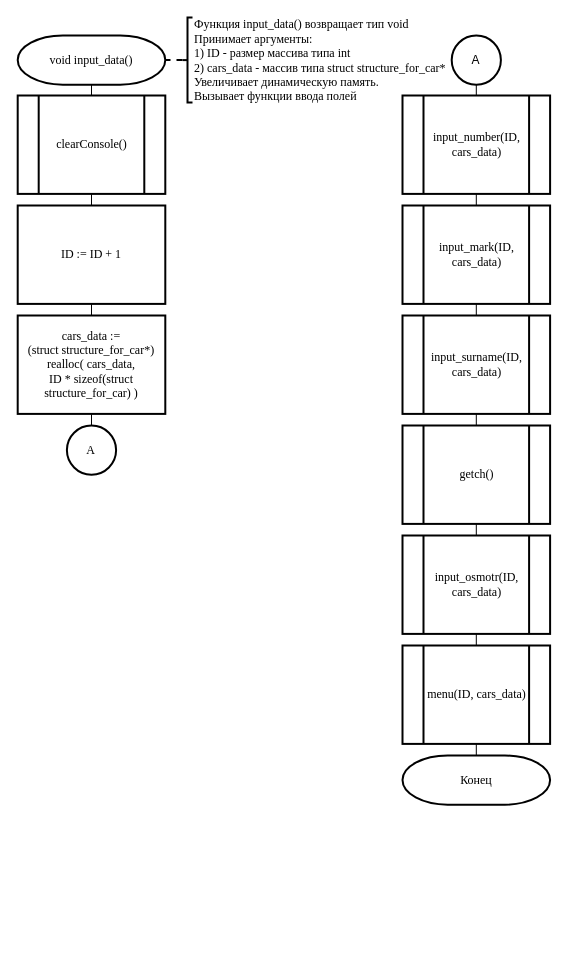
Earlier version of the draw.io diagram labs/11/13/src/lab/menu/input_data/input_data.drawio (bstu-ps4/bstu-oaip). Source tidied: cells renumbered, new cells numbered last; positions are measured from the earlier drawing's top-left corner, leaving out a move shared by most shapes. Both pictures are drawn from the tidied source at 100%, with x=0, y=0 at pixel (17, 17).
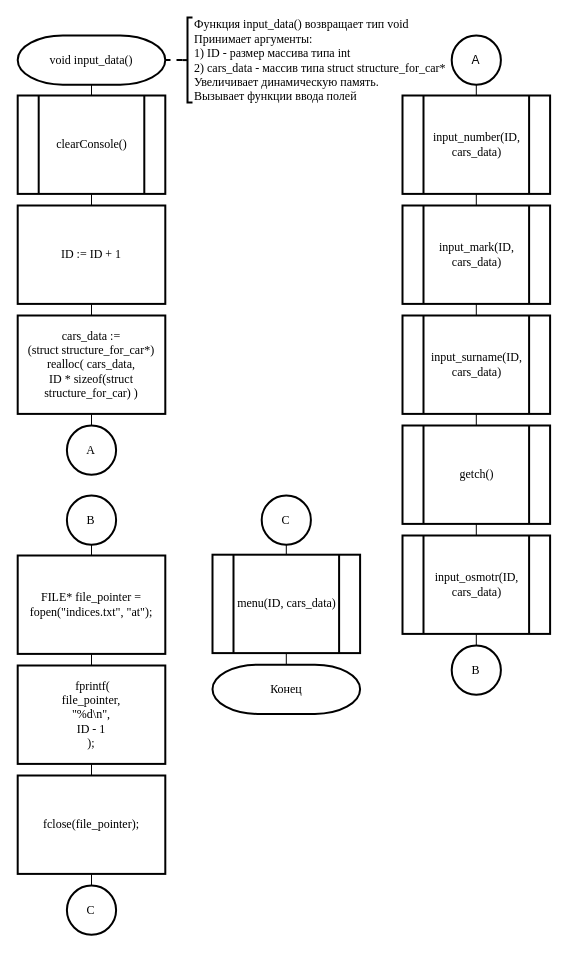
The same diagram, later.

The change refers to these unchanged cells:
```xml
<mxCell id="20" value="&lt;font face=&quot;Times New Roman&quot;&gt;input_osmotr(ID, cars_data)&lt;br&gt;&lt;/font&gt;" style="verticalLabelPosition=middle;verticalAlign=middle;html=1;shape=process;whiteSpace=wrap;rounded=0;size=0.14;arcSize=6;strokeWidth=2;labelPosition=center;align=center;" parent="1" vertex="1">
  <mxGeometry x="385" y="518" width="147.6" height="98.4" as="geometry" />
</mxCell>
```

The edit, as a diff of the source:
```diff
@@
-    <mxCell id="19" style="edgeStyle=orthogonalEdgeStyle;rounded=0;jettySize=auto;html=1;exitX=0.5;exitY=1;exitDx=0;exitDy=0;entryX=0.5;entryY=0;entryDx=0;entryDy=0;endArrow=none;endFill=0;" parent="1" edge="1" source="20" target="22">
-      <mxGeometry relative="1" as="geometry" />
-    </mxCell>
+    <mxCell id="28" style="edgeStyle=orthogonalEdgeStyle;rounded=0;jettySize=auto;html=1;exitX=0.5;exitY=1;exitDx=0;exitDy=0;entryX=0.5;entryY=0;entryDx=0;entryDy=0;entryPerimeter=0;endArrow=none;endFill=0;" parent="1" edge="1" source="20" target="40">
+      <mxGeometry relative="1" as="geometry" />
+    </mxCell>
@@
     <mxCell id="22" value="&lt;font face=&quot;Times New Roman&quot;&gt;menu(ID, cars_data)&lt;br&gt;&lt;/font&gt;" style="verticalLabelPosition=middle;verticalAlign=middle;html=1;shape=process;whiteSpace=wrap;rounded=0;size=0.14;arcSize=6;strokeWidth=2;labelPosition=center;align=center;" parent="1" vertex="1">
-      <mxGeometry x="385" y="628" width="147.6" height="98.4" as="geometry" />
+      <mxGeometry x="195" y="537.2" width="147.6" height="98.4" as="geometry" />
     </mxCell>
     <mxCell id="23" value="&lt;font face=&quot;Times New Roman&quot;&gt;Конец&lt;/font&gt;" style="strokeWidth=2;html=1;shape=mxgraph.flowchart.terminator;whiteSpace=wrap;" parent="1" vertex="1">
-      <mxGeometry x="385" y="738" width="147.6" height="49.2" as="geometry" />
+      <mxGeometry x="195" y="647.2" width="147.6" height="49.2" as="geometry" />
     </mxCell>
@@
+    <mxCell id="29" style="edgeStyle=orthogonalEdgeStyle;rounded=0;jettySize=auto;html=1;exitX=0.5;exitY=1;exitDx=0;exitDy=0;exitPerimeter=0;entryX=0.5;entryY=0;entryDx=0;entryDy=0;endArrow=none;endFill=0;" parent="1" edge="1" source="30" target="32">
+      <mxGeometry relative="1" as="geometry" />
+    </mxCell>
+    <mxCell id="30" value="&lt;font face=&quot;Times New Roman&quot;&gt;B&lt;/font&gt;" style="strokeWidth=2;html=1;shape=mxgraph.flowchart.start_2;whiteSpace=wrap;rounded=0;" parent="1" vertex="1">
+      <mxGeometry x="49.4" y="478" width="49.2" height="49.2" as="geometry" />
+    </mxCell>
+    <mxCell id="31" style="edgeStyle=orthogonalEdgeStyle;rounded=0;jettySize=auto;html=1;exitX=0.5;exitY=1;exitDx=0;exitDy=0;entryX=0.5;entryY=0;entryDx=0;entryDy=0;endArrow=none;endFill=0;" parent="1" edge="1" source="32" target="34">
+      <mxGeometry relative="1" as="geometry" />
+    </mxCell>
+    <mxCell id="32" value="&lt;font face=&quot;Times New Roman&quot;&gt;FILE* file_pointer = fopen(&quot;indices.txt&quot;, &quot;at&quot;);&lt;/font&gt;" style="rounded=0;whiteSpace=wrap;html=1;absoluteArcSize=1;arcSize=14;strokeWidth=2;" parent="1" vertex="1">
+      <mxGeometry x="0.2" y="538" width="147.6" height="98.4" as="geometry" />
+    </mxCell>
+    <mxCell id="33" style="edgeStyle=orthogonalEdgeStyle;rounded=0;jettySize=auto;html=1;exitX=0.5;exitY=1;exitDx=0;exitDy=0;entryX=0.5;entryY=0;entryDx=0;entryDy=0;endArrow=none;endFill=0;" parent="1" edge="1" source="34" target="36">
+      <mxGeometry relative="1" as="geometry" />
+    </mxCell>
+    <mxCell id="34" value="&lt;font face=&quot;Times New Roman&quot;&gt;&amp;nbsp;fprintf(&lt;br&gt;file_pointer,&lt;br&gt;&quot;%d\n&quot;, &lt;br&gt;ID - 1&lt;br&gt;);&lt;/font&gt;" style="rounded=0;whiteSpace=wrap;html=1;absoluteArcSize=1;arcSize=14;strokeWidth=2;" parent="1" vertex="1">
+      <mxGeometry x="0.2" y="648" width="147.6" height="98.4" as="geometry" />
+    </mxCell>
+    <mxCell id="35" style="edgeStyle=orthogonalEdgeStyle;rounded=0;jettySize=auto;html=1;exitX=0.5;exitY=1;exitDx=0;exitDy=0;entryX=0.5;entryY=0;entryDx=0;entryDy=0;entryPerimeter=0;endArrow=none;endFill=0;" parent="1" edge="1" source="36" target="37">
+      <mxGeometry relative="1" as="geometry" />
+    </mxCell>
+    <mxCell id="36" value="&lt;font face=&quot;Times New Roman&quot;&gt;fclose(file_pointer);&lt;/font&gt;" style="rounded=0;whiteSpace=wrap;html=1;absoluteArcSize=1;arcSize=14;strokeWidth=2;" parent="1" vertex="1">
+      <mxGeometry x="0.2" y="758" width="147.6" height="98.4" as="geometry" />
+    </mxCell>
+    <mxCell id="37" value="&lt;font face=&quot;Times New Roman&quot;&gt;C&lt;/font&gt;" style="strokeWidth=2;html=1;shape=mxgraph.flowchart.start_2;whiteSpace=wrap;rounded=0;" parent="1" vertex="1">
+      <mxGeometry x="49.4" y="868" width="49.2" height="49.2" as="geometry" />
+    </mxCell>
+    <mxCell id="38" style="edgeStyle=orthogonalEdgeStyle;rounded=0;jettySize=auto;html=1;exitX=0.5;exitY=1;exitDx=0;exitDy=0;exitPerimeter=0;entryX=0.5;entryY=0;entryDx=0;entryDy=0;endArrow=none;endFill=0;" parent="1" edge="1" source="39" target="22">
+      <mxGeometry relative="1" as="geometry" />
+    </mxCell>
+    <mxCell id="39" value="&lt;font face=&quot;Times New Roman&quot;&gt;C&lt;/font&gt;" style="strokeWidth=2;html=1;shape=mxgraph.flowchart.start_2;whiteSpace=wrap;rounded=0;" parent="1" vertex="1">
+      <mxGeometry x="244.2" y="478" width="49.2" height="49.2" as="geometry" />
+    </mxCell>
+    <mxCell id="40" value="&lt;font face=&quot;Times New Roman&quot;&gt;B&lt;/font&gt;" style="strokeWidth=2;html=1;shape=mxgraph.flowchart.start_2;whiteSpace=wrap;rounded=0;" parent="1" vertex="1">
+      <mxGeometry x="434.2" y="628" width="49.2" height="49.2" as="geometry" />
+    </mxCell>
```
